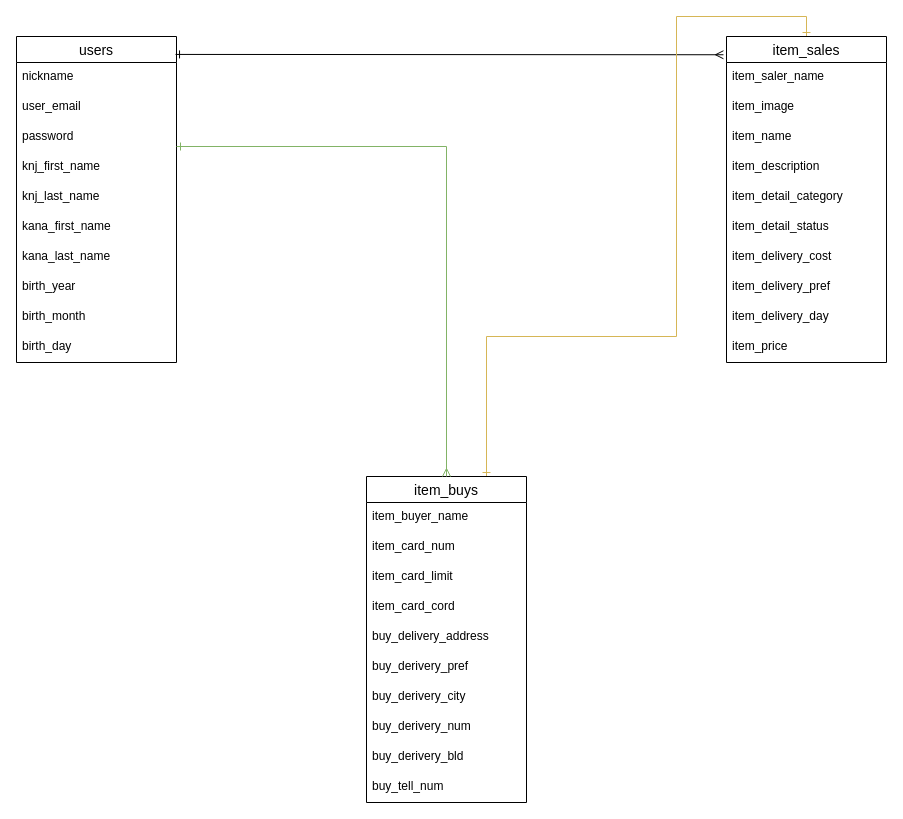
This is frima.dio from isbs1990/furima-31314_old, a draw.io file, before an edit. Source tidied: cells renumbered, new cells numbered last; positions are measured from the earlier drawing's top-left corner, leaving out a move shared by most shapes. Both pictures are drawn from the tidied source at 100%, with x=0, y=0 at pixel (16, 16).
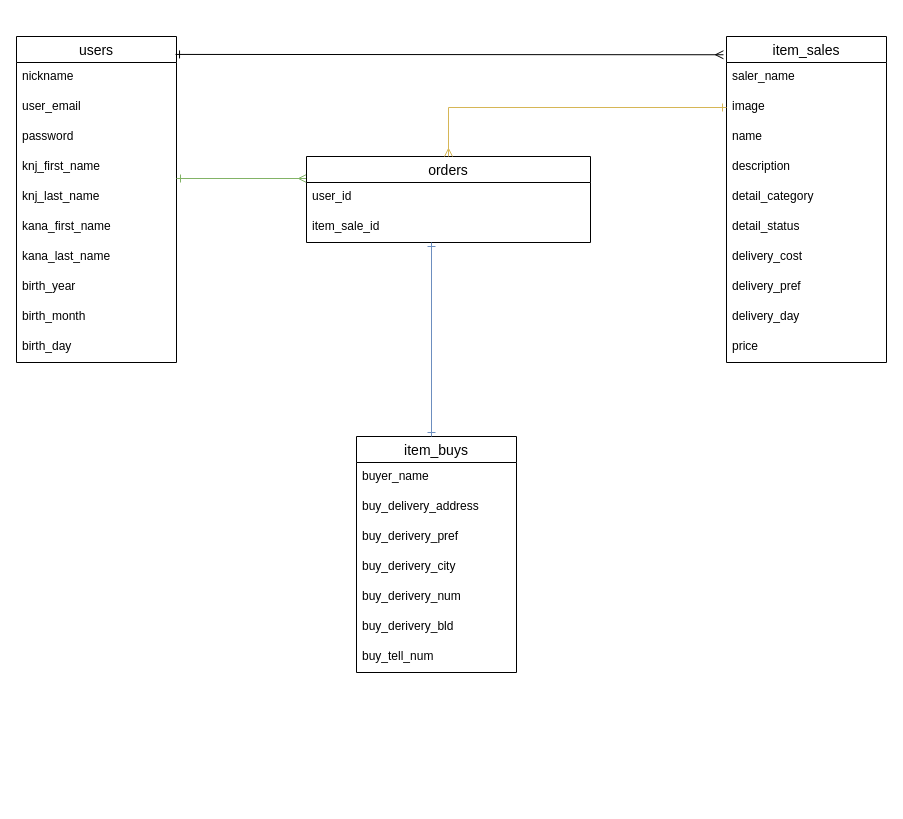
The same page after the edit.

Commit message (it also covers changes not shown here):
データベース設計_README記述＆dio作成

Unchanged cells that the change refers to:
```xml
<mxCell id="2" value="users" style="swimlane;fontStyle=0;horizontal=1;startSize=26;align=center;fontSize=14;" parent="1" vertex="1">
  <mxGeometry y="20" width="160" height="326" as="geometry" />
</mxCell>
<mxCell id="15" value="item_sales" style="swimlane;fontStyle=0;horizontal=1;startSize=26;align=center;fontSize=14;" parent="1" vertex="1">
  <mxGeometry x="710" y="20" width="160" height="326" as="geometry" />
</mxCell>
```

The edit, as a diff of the source:
```diff
@@
-    <mxCell id="14" style="edgeStyle=orthogonalEdgeStyle;rounded=0;jettySize=auto;html=1;exitX=0.5;exitY=0;exitDx=0;exitDy=0;startArrow=ERone;startFill=0;endArrow=ERone;endFill=0;entryX=0.75;entryY=0;entryDx=0;entryDy=0;fillColor=#fff2cc;strokeColor=#d6b656;" parent="1" edge="1" source="15" target="26">
-      <mxGeometry relative="1" as="geometry">
-        <Array as="points">
-          <mxPoint x="790" />
-          <mxPoint x="660" />
-          <mxPoint x="660" y="320" />
-          <mxPoint x="470" y="320" />
-        </Array>
-      </mxGeometry>
-    </mxCell>
@@
-    <mxCell id="16" value="item_saler_name" style="text;strokeColor=none;fillColor=none;spacingLeft=4;spacingRight=4;overflow=hidden;fontSize=12;" parent="15" vertex="1">
+    <mxCell id="16" value="saler_name" style="text;strokeColor=none;fillColor=none;spacingLeft=4;spacingRight=4;overflow=hidden;fontSize=12;" parent="15" vertex="1">
       <mxGeometry y="26" width="160" height="30" as="geometry" />
     </mxCell>
-    <mxCell id="17" value="item_image" style="text;strokeColor=none;fillColor=none;spacingLeft=4;spacingRight=4;overflow=hidden;fontSize=12;" parent="15" vertex="1">
+    <mxCell id="17" value="image" style="text;strokeColor=none;fillColor=none;spacingLeft=4;spacingRight=4;overflow=hidden;fontSize=12;" parent="15" vertex="1">
       <mxGeometry y="56" width="160" height="30" as="geometry" />
     </mxCell>
-    <mxCell id="18" value="item_name" style="text;strokeColor=none;fillColor=none;spacingLeft=4;spacingRight=4;overflow=hidden;fontSize=12;" parent="15" vertex="1">
+    <mxCell id="18" value="name" style="text;strokeColor=none;fillColor=none;spacingLeft=4;spacingRight=4;overflow=hidden;fontSize=12;" parent="15" vertex="1">
       <mxGeometry y="86" width="160" height="30" as="geometry" />
     </mxCell>
-    <mxCell id="19" value="item_description" style="text;strokeColor=none;fillColor=none;spacingLeft=4;spacingRight=4;overflow=hidden;fontSize=12;" parent="15" vertex="1">
+    <mxCell id="19" value="description" style="text;strokeColor=none;fillColor=none;spacingLeft=4;spacingRight=4;overflow=hidden;fontSize=12;" parent="15" vertex="1">
       <mxGeometry y="116" width="160" height="30" as="geometry" />
     </mxCell>
-    <mxCell id="20" value="item_detail_category" style="text;strokeColor=none;fillColor=none;spacingLeft=4;spacingRight=4;overflow=hidden;fontSize=12;" parent="15" vertex="1">
+    <mxCell id="20" value="detail_category" style="text;strokeColor=none;fillColor=none;spacingLeft=4;spacingRight=4;overflow=hidden;fontSize=12;" parent="15" vertex="1">
       <mxGeometry y="146" width="160" height="30" as="geometry" />
     </mxCell>
-    <mxCell id="21" value="item_detail_status" style="text;strokeColor=none;fillColor=none;spacingLeft=4;spacingRight=4;overflow=hidden;fontSize=12;" parent="15" vertex="1">
+    <mxCell id="21" value="detail_status" style="text;strokeColor=none;fillColor=none;spacingLeft=4;spacingRight=4;overflow=hidden;fontSize=12;" parent="15" vertex="1">
       <mxGeometry y="176" width="160" height="30" as="geometry" />
     </mxCell>
-    <mxCell id="22" value="item_delivery_cost" style="text;strokeColor=none;fillColor=none;spacingLeft=4;spacingRight=4;overflow=hidden;fontSize=12;" parent="15" vertex="1">
+    <mxCell id="22" value="delivery_cost" style="text;strokeColor=none;fillColor=none;spacingLeft=4;spacingRight=4;overflow=hidden;fontSize=12;" parent="15" vertex="1">
       <mxGeometry y="206" width="160" height="30" as="geometry" />
     </mxCell>
-    <mxCell id="23" value="item_delivery_pref" style="text;strokeColor=none;fillColor=none;spacingLeft=4;spacingRight=4;overflow=hidden;fontSize=12;" parent="15" vertex="1">
+    <mxCell id="23" value="delivery_pref" style="text;strokeColor=none;fillColor=none;spacingLeft=4;spacingRight=4;overflow=hidden;fontSize=12;" parent="15" vertex="1">
       <mxGeometry y="236" width="160" height="30" as="geometry" />
     </mxCell>
-    <mxCell id="24" value="item_delivery_day" style="text;strokeColor=none;fillColor=none;spacingLeft=4;spacingRight=4;overflow=hidden;fontSize=12;" parent="15" vertex="1">
+    <mxCell id="24" value="delivery_day" style="text;strokeColor=none;fillColor=none;spacingLeft=4;spacingRight=4;overflow=hidden;fontSize=12;" parent="15" vertex="1">
       <mxGeometry y="266" width="160" height="30" as="geometry" />
     </mxCell>
-    <mxCell id="25" value="item_price" style="text;strokeColor=none;fillColor=none;spacingLeft=4;spacingRight=4;overflow=hidden;fontSize=12;" parent="15" vertex="1">
+    <mxCell id="25" value="price" style="text;strokeColor=none;fillColor=none;spacingLeft=4;spacingRight=4;overflow=hidden;fontSize=12;" parent="15" vertex="1">
       <mxGeometry y="296" width="160" height="30" as="geometry" />
     </mxCell>
     <mxCell id="26" value="item_buys" style="swimlane;fontStyle=0;horizontal=1;startSize=26;align=center;fontSize=14;" parent="1" vertex="1">
-      <mxGeometry x="350" y="460" width="160" height="326" as="geometry" />
+      <mxGeometry x="340" y="420" width="160" height="236" as="geometry" />
     </mxCell>
-    <mxCell id="27" value="item_buyer_name" style="text;strokeColor=none;fillColor=none;spacingLeft=4;spacingRight=4;overflow=hidden;fontSize=12;" parent="26" vertex="1">
+    <mxCell id="27" value="buyer_name" style="text;strokeColor=none;fillColor=none;spacingLeft=4;spacingRight=4;overflow=hidden;fontSize=12;" parent="26" vertex="1">
       <mxGeometry y="26" width="160" height="30" as="geometry" />
     </mxCell>
-    <mxCell id="28" value="item_card_num" style="text;strokeColor=none;fillColor=none;spacingLeft=4;spacingRight=4;overflow=hidden;fontSize=12;" parent="26" vertex="1">
-      <mxGeometry y="56" width="160" height="30" as="geometry" />
-    </mxCell>
-    <mxCell id="29" value="item_card_limit" style="text;strokeColor=none;fillColor=none;spacingLeft=4;spacingRight=4;overflow=hidden;fontSize=12;" parent="26" vertex="1">
-      <mxGeometry y="86" width="160" height="30" as="geometry" />
-    </mxCell>
-    <mxCell id="30" value="item_card_cord" style="text;strokeColor=none;fillColor=none;spacingLeft=4;spacingRight=4;overflow=hidden;fontSize=12;" parent="26" vertex="1">
-      <mxGeometry y="116" width="160" height="30" as="geometry" />
-    </mxCell>
     <mxCell id="31" value="buy_delivery_address" style="text;strokeColor=none;fillColor=none;spacingLeft=4;spacingRight=4;overflow=hidden;fontSize=12;" parent="26" vertex="1">
-      <mxGeometry y="146" width="160" height="30" as="geometry" />
+      <mxGeometry y="56" width="160" height="30" as="geometry" />
     </mxCell>
     <mxCell id="32" value="buy_derivery_pref" style="text;strokeColor=none;fillColor=none;spacingLeft=4;spacingRight=4;overflow=hidden;fontSize=12;" parent="26" vertex="1">
-      <mxGeometry y="176" width="160" height="30" as="geometry" />
+      <mxGeometry y="86" width="160" height="30" as="geometry" />
     </mxCell>
     <mxCell id="33" value="buy_derivery_city" style="text;strokeColor=none;fillColor=none;spacingLeft=4;spacingRight=4;overflow=hidden;fontSize=12;" parent="26" vertex="1">
-      <mxGeometry y="206" width="160" height="30" as="geometry" />
+      <mxGeometry y="116" width="160" height="30" as="geometry" />
     </mxCell>
     <mxCell id="34" value="buy_derivery_num" style="text;strokeColor=none;fillColor=none;spacingLeft=4;spacingRight=4;overflow=hidden;fontSize=12;" parent="26" vertex="1">
-      <mxGeometry y="236" width="160" height="30" as="geometry" />
+      <mxGeometry y="146" width="160" height="30" as="geometry" />
     </mxCell>
     <mxCell id="35" value="buy_derivery_bld" style="text;strokeColor=none;fillColor=none;spacingLeft=4;spacingRight=4;overflow=hidden;fontSize=12;" parent="26" vertex="1">
-      <mxGeometry y="266" width="160" height="30" as="geometry" />
+      <mxGeometry y="176" width="160" height="30" as="geometry" />
     </mxCell>
     <mxCell id="36" value="buy_tell_num" style="text;strokeColor=none;fillColor=none;spacingLeft=4;spacingRight=4;overflow=hidden;fontSize=12;" parent="26" vertex="1">
-      <mxGeometry y="296" width="160" height="30" as="geometry" />
+      <mxGeometry y="206" width="160" height="30" as="geometry" />
     </mxCell>
-    <mxCell id="37" style="edgeStyle=elbowEdgeStyle;rounded=0;jettySize=auto;elbow=vertical;html=1;startArrow=ERone;startFill=0;endArrow=ERmany;endFill=0;fillColor=#d5e8d4;strokeColor=#82b366;" parent="1" edge="1" source="2" target="26">
+    <mxCell id="37" style="edgeStyle=elbowEdgeStyle;rounded=0;jettySize=auto;elbow=vertical;html=1;startArrow=ERone;startFill=0;endArrow=ERmany;endFill=0;fillColor=#d5e8d4;strokeColor=#82b366;entryX=0;entryY=0.25;entryDx=0;entryDy=0;" parent="1" edge="1" source="2" target="38">
       <mxGeometry relative="1" as="geometry">
         <Array as="points">
+          <mxPoint x="220" y="162" />
+          <mxPoint x="220" y="183" />
           <mxPoint x="300" y="130" />
         </Array>
       </mxGeometry>
     </mxCell>
+    <mxCell id="38" value="orders" style="swimlane;fontStyle=0;horizontal=1;startSize=26;align=center;fontSize=14;" parent="1" vertex="1">
+      <mxGeometry x="290" y="140" width="284" height="86" as="geometry" />
+    </mxCell>
+    <mxCell id="39" value="user_id" style="text;strokeColor=none;fillColor=none;spacingLeft=4;spacingRight=4;overflow=hidden;fontSize=12;" parent="38" vertex="1">
+      <mxGeometry y="26" width="284" height="30" as="geometry" />
+    </mxCell>
+    <mxCell id="40" value="item_sale_id" style="text;strokeColor=none;fillColor=none;spacingLeft=4;spacingRight=4;overflow=hidden;fontSize=12;" parent="38" vertex="1">
+      <mxGeometry y="56" width="284" height="30" as="geometry" />
+    </mxCell>
+    <mxCell id="41" style="edgeStyle=elbowEdgeStyle;rounded=0;jettySize=auto;elbow=vertical;html=1;startArrow=ERone;startFill=0;endArrow=ERmany;endFill=0;fillColor=#fff2cc;strokeColor=#d6b656;" parent="1" edge="1" source="15" target="38">
+      <mxGeometry relative="1" as="geometry">
+        <Array as="points">
+          <mxPoint x="660" y="91" />
+          <mxPoint x="570" y="111.5" />
+          <mxPoint x="650" y="58.5" />
+        </Array>
+      </mxGeometry>
+    </mxCell>
+    <mxCell id="42" style="edgeStyle=elbowEdgeStyle;rounded=0;jettySize=auto;elbow=vertical;html=1;startArrow=ERone;startFill=0;endArrow=ERone;endFill=0;fillColor=#dae8fc;strokeColor=#6c8ebf;" parent="1" edge="1" source="38" target="26">
+      <mxGeometry relative="1" as="geometry">
+        <Array as="points">
+          <mxPoint x="415" y="350.5" />
+          <mxPoint x="415" y="371.5" />
+          <mxPoint x="495" y="318.5" />
+        </Array>
+      </mxGeometry>
+    </mxCell>
```
